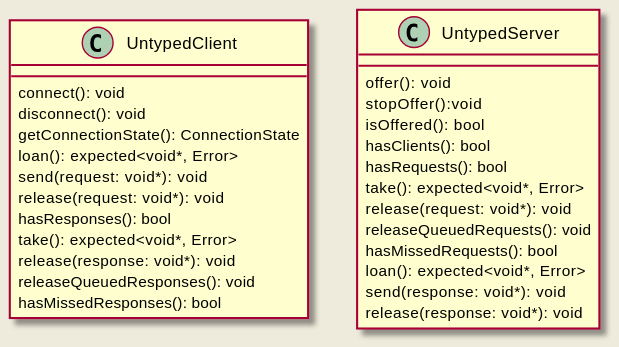
The PlantUML diagram doc/design/diagrams/request_response_untyped_api.svg in eclipse-iceoryx/iceoryx, before a commit. Its source is kept beside it as doc/design/diagrams/request_response_untyped_api.puml.
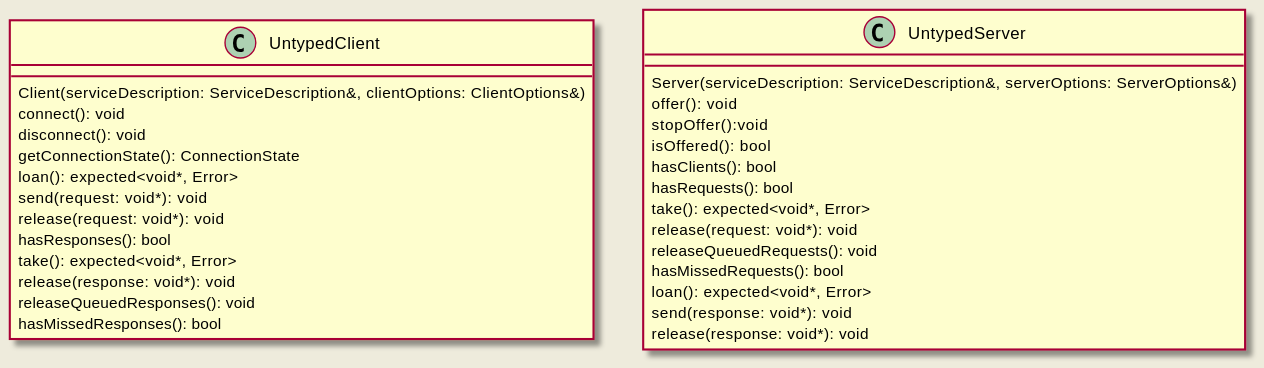
After the change.

Change to the diagram source:
```diff
@@ -2,6 +2,7 @@
 skinparam backgroundColor #EEEBDC
 
 class UntypedClient {
+  Client(serviceDescription: ServiceDescription&, clientOptions: ClientOptions&)
   connect(): void
   disconnect(): void
   getConnectionState(): ConnectionState
@@ -16,6 +17,7 @@
 }
 
 class UntypedServer {
+  Server(serviceDescription: ServiceDescription&, serverOptions: ServerOptions&)
   offer(): void
   stopOffer():void
   isOffered(): bool
```
